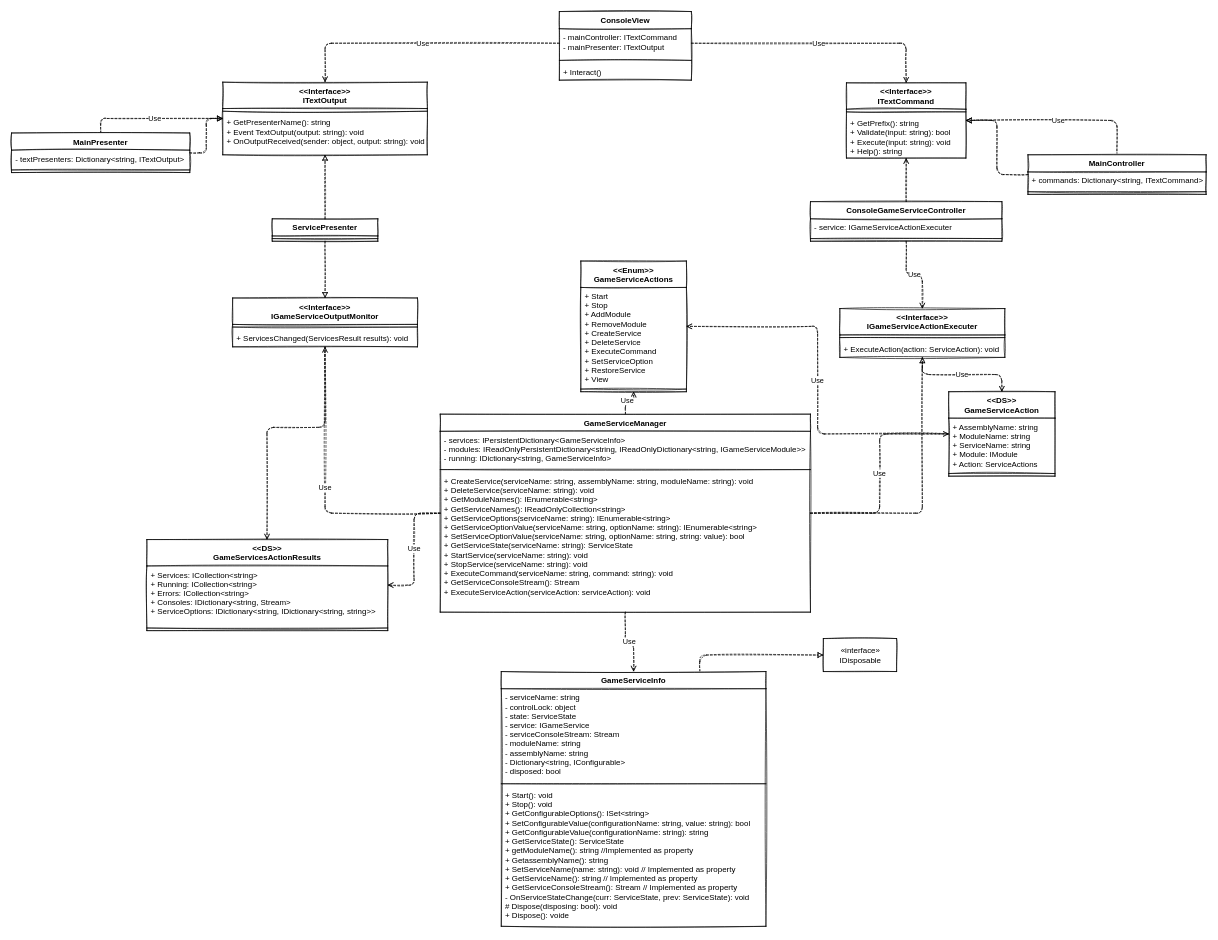
Earlier version of the draw.io diagram page "Structure" (1 of 2) of src/GameServiceWarden.Core/UMLSketch.drawio (RealYHD/gameservicewarden). Source tidied: cells renumbered, new cells numbered last; positions are measured from the earlier drawing's top-left corner, leaving out a move shared by most shapes. Both pictures are drawn from the tidied source at 66%, with x=0, y=0 at pixel (11, 11).
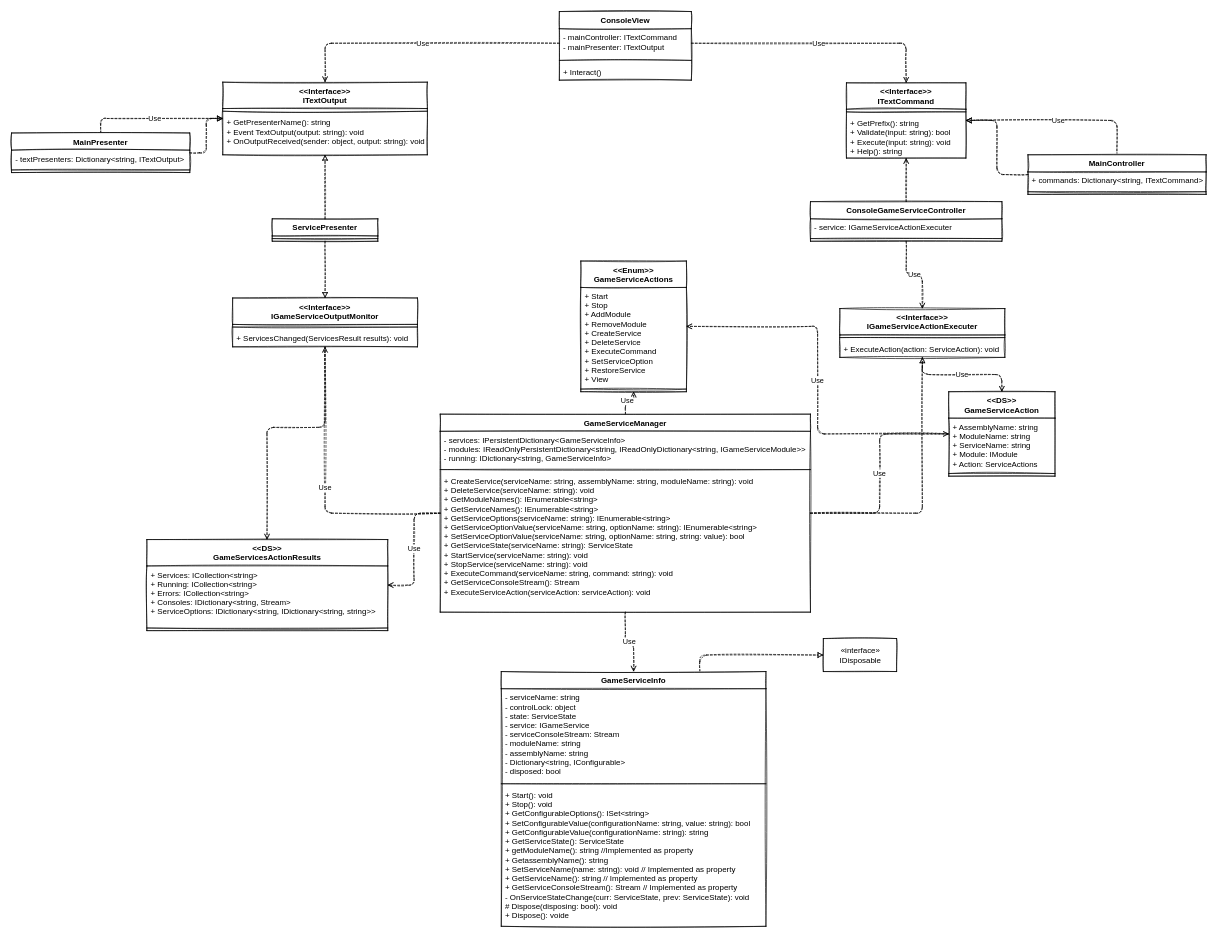
After the change.

The change refers to these unchanged cells:
```xml
<mxCell id="14" value="GameServiceManager" style="swimlane;fontStyle=1;align=center;verticalAlign=top;horizontal=1;startSize=26;sketch=1;" parent="1" vertex="1">
  <mxGeometry x="649.5" y="610" width="561" height="300" as="geometry" />
</mxCell>
```

Diff of the diagram source:
```diff
@@
-    <mxCell id="17" value="+ CreateService(serviceName: string, assemblyName: string, moduleName: string): void&#10;+ DeleteService(serviceName: string): void&#10;+ GetModuleNames(): IEnumerable&lt;string&gt;&#10;+ GetServiceNames(): IReadOnlyCollection&lt;string&gt;&#10;+ GetServiceOptions(serviceName: string): IEnumerable&lt;string&gt;&#10;+ GetServiceOptionValue(serviceName: string, optionName: string): IEnumerable&lt;string&gt;&#10;+ SetServiceOptionValue(serviceName: string, optionName: string, string: value): bool&#10;+ GetServiceState(serviceName: string): ServiceState&#10;+ StartService(serviceName: string): void&#10;+ StopService(serviceName: string): void&#10;+ ExecuteCommand(serviceName: string, command: string): void&#10;+ GetServiceConsoleStream(): Stream&#10;+ ExecuteServiceAction(serviceAction: serviceAction): void" style="text;strokeColor=none;fillColor=none;align=left;verticalAlign=top;spacingLeft=4;spacingRight=4;overflow=hidden;sketch=1;" parent="14" vertex="1">
+    <mxCell id="17" value="+ CreateService(serviceName: string, assemblyName: string, moduleName: string): void&#10;+ DeleteService(serviceName: string): void&#10;+ GetModuleNames(): IEnumerable&lt;string&gt;&#10;+ GetServiceNames(): IEnumerable&lt;string&gt;&#10;+ GetServiceOptions(serviceName: string): IEnumerable&lt;string&gt;&#10;+ GetServiceOptionValue(serviceName: string, optionName: string): IEnumerable&lt;string&gt;&#10;+ SetServiceOptionValue(serviceName: string, optionName: string, string: value): bool&#10;+ GetServiceState(serviceName: string): ServiceState&#10;+ StartService(serviceName: string): void&#10;+ StopService(serviceName: string): void&#10;+ ExecuteCommand(serviceName: string, command: string): void&#10;+ GetServiceConsoleStream(): Stream&#10;+ ExecuteServiceAction(serviceAction: serviceAction): void" style="text;strokeColor=none;fillColor=none;align=left;verticalAlign=top;spacingLeft=4;spacingRight=4;overflow=hidden;sketch=1;" parent="14" vertex="1">
       <mxGeometry y="88" width="561" height="212" as="geometry" />
     </mxCell>
```
